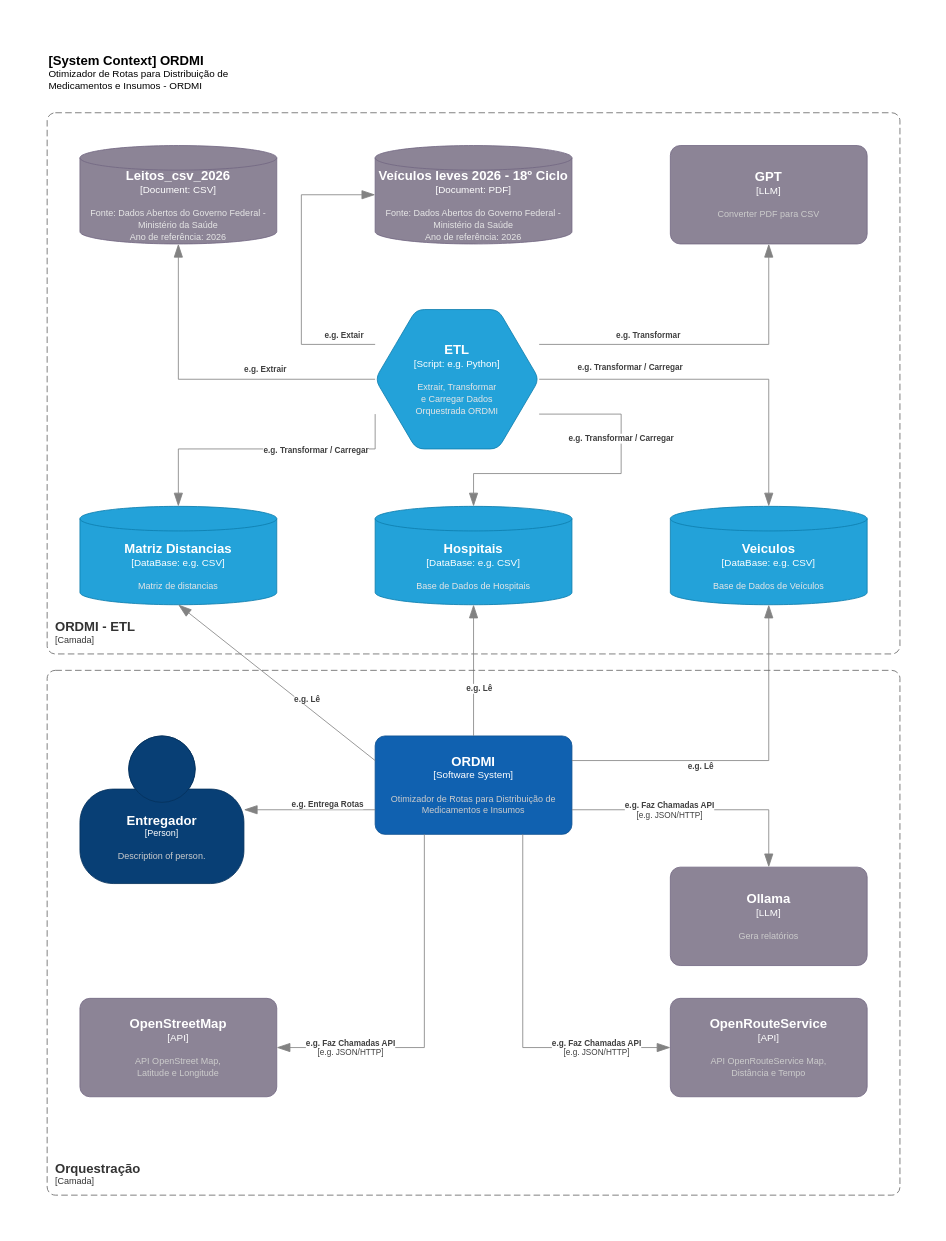
This is diagramas/ORDMI.drawio from victorldomingues/pos_fiap_ia_fase2_tech_challenge, a draw.io file, before an edit. Source tidied: cells renumbered, new cells numbered last; positions are measured from the earlier drawing's top-left corner, leaving out a move shared by most shapes. Both pictures are drawn from the tidied source at 82%, with x=0, y=0 at pixel (14, 14).
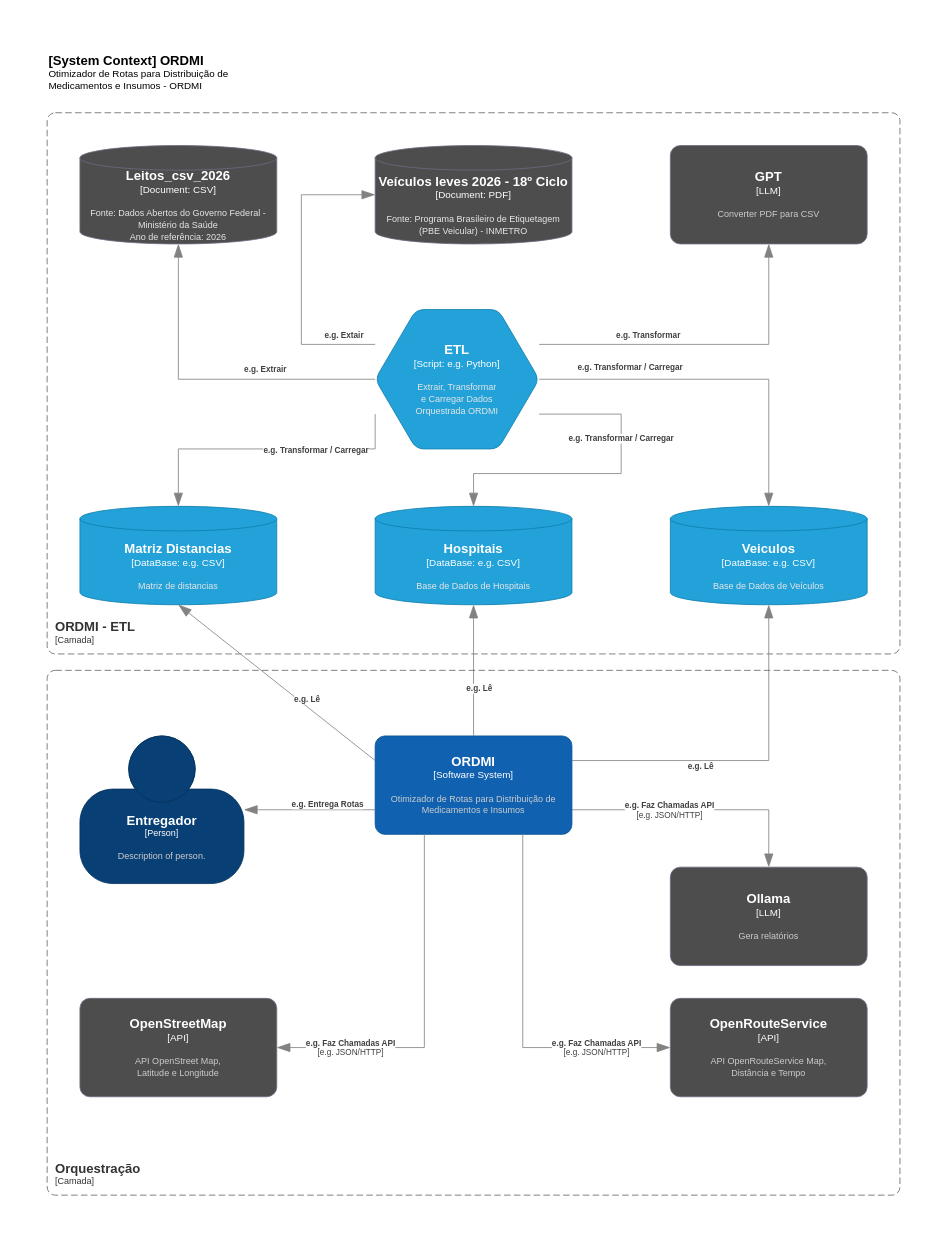
Above is the later version.

Change to the diagram source:
```diff
@@
     <object id="6" label="&lt;font style=&quot;font-size: 16px&quot;&gt;&lt;b&gt;%c4Name%&lt;/b&gt;&lt;/font&gt;&lt;div&gt;[%c4Type%:&amp;nbsp;%c4Technology%]&lt;/div&gt;&lt;br&gt;&lt;div&gt;&lt;font style=&quot;font-size: 11px&quot;&gt;&lt;font color=&quot;#E6E6E6&quot;&gt;%c4Description%&lt;/font&gt;&lt;/div&gt;" c4Description="Fonte: Dados Abertos do Governo Federal - Ministério da Saúde&#10;Ano de referência: 2026" c4Name="Leitos_csv_2026" c4Technology="CSV" c4Type="Document" placeholders="1">
-      <mxCell style="shape=cylinder3;size=15;whiteSpace=wrap;html=1;boundedLbl=1;rounded=1;labelBackgroundColor=none;fillColor=#8C8496;fontSize=12;fontColor=#ffffff;align=center;strokeColor=#736782;points=[[0.5,0,0],[1,0.25,0],[1,0.5,0],[1,0.75,0],[0.5,1,0],[0,0.75,0],[0,0.5,0],[0,0.25,0]];verticalAlign=middle;arcSize=10;fontFamily=Helvetica;" parent="1" vertex="1">
+      <mxCell style="shape=cylinder3;size=15;whiteSpace=wrap;html=1;boundedLbl=1;rounded=1;labelBackgroundColor=none;fillColor=#4D4D4D;fontSize=12;fontColor=#ffffff;align=center;strokeColor=#736782;points=[[0.5,0,0],[1,0.25,0],[1,0.5,0],[1,0.75,0],[0.5,1,0],[0,0.75,0],[0,0.5,0],[0,0.25,0]];verticalAlign=middle;arcSize=10;fontFamily=Helvetica;" parent="1" vertex="1">
         <mxGeometry x="80" y="160" width="240" height="120" as="geometry" />
       </mxCell>
     </object>
     <object id="7" label="&lt;font style=&quot;font-size: 16px&quot;&gt;&lt;b&gt;%c4Name%&lt;/b&gt;&lt;/font&gt;&lt;div&gt;[%c4Type%]&lt;/div&gt;&lt;br&gt;&lt;div&gt;&lt;font style=&quot;font-size: 11px&quot;&gt;&lt;font color=&quot;#cccccc&quot;&gt;%c4Description%&lt;/font&gt;&lt;/div&gt;" c4Description="API OpenStreet Map, &#10;Latitude e Longitude" c4Name="OpenStreetMap" c4Type="API" placeholders="1">
-      <mxCell style="rounded=1;whiteSpace=wrap;html=1;labelBackgroundColor=none;fillColor=#8C8496;fontColor=#ffffff;align=center;arcSize=10;strokeColor=#736782;points=[[0.25,0,0],[0.5,0,0],[0.75,0,0],[1,0.25,0],[1,0.5,0],[1,0.75,0],[0.75,1,0],[0.5,1,0],[0.25,1,0],[0,0.75,0],[0,0.5,0],[0,0.25,0]];" parent="1" vertex="1">
+      <mxCell style="rounded=1;whiteSpace=wrap;html=1;labelBackgroundColor=none;fillColor=#4D4D4D;fontColor=#ffffff;align=center;arcSize=10;strokeColor=#736782;points=[[0.25,0,0],[0.5,0,0],[0.75,0,0],[1,0.25,0],[1,0.5,0],[1,0.75,0],[0.75,1,0],[0.5,1,0],[0.25,1,0],[0,0.75,0],[0,0.5,0],[0,0.25,0]];" parent="1" vertex="1">
         <mxGeometry x="80" y="1200" width="240" height="120" as="geometry" />
       </mxCell>
     </object>
@@
-    <object id="9" label="&lt;font style=&quot;font-size: 16px&quot;&gt;&lt;b&gt;%c4Name%&lt;/b&gt;&lt;/font&gt;&lt;div&gt;[%c4Type%:&amp;nbsp;%c4Technology%]&lt;/div&gt;&lt;br&gt;&lt;div&gt;&lt;font style=&quot;font-size: 11px&quot;&gt;&lt;font color=&quot;#E6E6E6&quot;&gt;%c4Description%&lt;/font&gt;&lt;/div&gt;" c4Description="Fonte: Dados Abertos do Governo Federal - Ministério da Saúde&#10;Ano de referência: 2026" c4Name="Veículos leves 2026 - 18º Ciclo" c4Technology="PDF" c4Type="Document" placeholders="1">
-      <mxCell style="shape=cylinder3;size=15;whiteSpace=wrap;html=1;boundedLbl=1;rounded=1;labelBackgroundColor=none;fillColor=#8C8496;fontSize=12;fontColor=#ffffff;align=center;strokeColor=#736782;points=[[0.5,0,0],[1,0.25,0],[1,0.5,0],[1,0.75,0],[0.5,1,0],[0,0.75,0],[0,0.5,0],[0,0.25,0]];verticalAlign=middle;arcSize=10;fontFamily=Helvetica;" parent="1" vertex="1">
+    <object id="9" label="&lt;font style=&quot;font-size: 16px&quot;&gt;&lt;b&gt;%c4Name%&lt;/b&gt;&lt;/font&gt;&lt;div&gt;[%c4Type%:&amp;nbsp;%c4Technology%]&lt;/div&gt;&lt;br&gt;&lt;div&gt;&lt;font style=&quot;font-size: 11px&quot;&gt;&lt;font color=&quot;#E6E6E6&quot;&gt;%c4Description%&lt;/font&gt;&lt;/div&gt;" c4Description="Fonte: Programa Brasileiro de Etiquetagem (PBE Veicular) - INMETRO" c4Name="Veículos leves 2026 - 18º Ciclo" c4Technology="PDF" c4Type="Document" placeholders="1">
+      <mxCell style="shape=cylinder3;size=15;whiteSpace=wrap;html=1;boundedLbl=1;rounded=1;labelBackgroundColor=none;fillColor=#4D4D4D;fontSize=12;fontColor=#ffffff;align=center;strokeColor=#736782;points=[[0.5,0,0],[1,0.25,0],[1,0.5,0],[1,0.75,0],[0.5,1,0],[0,0.75,0],[0,0.5,0],[0,0.25,0]];verticalAlign=middle;arcSize=10;fontFamily=Helvetica;" parent="1" vertex="1">
         <mxGeometry x="440" y="160" width="240" height="120" as="geometry" />
       </mxCell>
     </object>
@@
     <object id="12" label="&lt;font style=&quot;font-size: 16px&quot;&gt;&lt;b&gt;%c4Name%&lt;/b&gt;&lt;/font&gt;&lt;div&gt;[%c4Type%]&lt;/div&gt;&lt;br&gt;&lt;div&gt;&lt;font style=&quot;font-size: 11px&quot;&gt;&lt;font color=&quot;#cccccc&quot;&gt;%c4Description%&lt;/font&gt;&lt;/div&gt;" c4Description="Converter PDF para CSV" c4Name="GPT" c4Type="LLM" placeholders="1">
-      <mxCell style="rounded=1;whiteSpace=wrap;html=1;labelBackgroundColor=none;fillColor=#8C8496;fontColor=#ffffff;align=center;arcSize=10;strokeColor=#736782;points=[[0.25,0,0],[0.5,0,0],[0.75,0,0],[1,0.25,0],[1,0.5,0],[1,0.75,0],[0.75,1,0],[0.5,1,0],[0.25,1,0],[0,0.75,0],[0,0.5,0],[0,0.25,0]];" parent="1" vertex="1">
+      <mxCell style="rounded=1;whiteSpace=wrap;html=1;labelBackgroundColor=none;fillColor=#4D4D4D;fontColor=#ffffff;align=center;arcSize=10;strokeColor=#736782;points=[[0.25,0,0],[0.5,0,0],[0.75,0,0],[1,0.25,0],[1,0.5,0],[1,0.75,0],[0.75,1,0],[0.5,1,0],[0.25,1,0],[0,0.75,0],[0,0.5,0],[0,0.25,0]];" parent="1" vertex="1">
         <mxGeometry x="800" y="160" width="240" height="120" as="geometry" />
       </mxCell>
     </object>
@@
     <object id="18" label="&lt;font style=&quot;font-size: 16px&quot;&gt;&lt;b&gt;%c4Name%&lt;/b&gt;&lt;/font&gt;&lt;div&gt;[%c4Type%]&lt;/div&gt;&lt;br&gt;&lt;div&gt;&lt;font style=&quot;font-size: 11px&quot;&gt;&lt;font color=&quot;#cccccc&quot;&gt;%c4Description%&lt;/font&gt;&lt;/div&gt;" c4Description="API OpenRouteService Map, &#10;Distância e Tempo" c4Name="OpenRouteService" c4Type="API" placeholders="1">
-      <mxCell style="rounded=1;whiteSpace=wrap;html=1;labelBackgroundColor=none;fillColor=#8C8496;fontColor=#ffffff;align=center;arcSize=10;strokeColor=#736782;points=[[0.25,0,0],[0.5,0,0],[0.75,0,0],[1,0.25,0],[1,0.5,0],[1,0.75,0],[0.75,1,0],[0.5,1,0],[0.25,1,0],[0,0.75,0],[0,0.5,0],[0,0.25,0]];" parent="1" vertex="1">
+      <mxCell style="rounded=1;whiteSpace=wrap;html=1;labelBackgroundColor=none;fillColor=#4D4D4D;fontColor=#ffffff;align=center;arcSize=10;strokeColor=#736782;points=[[0.25,0,0],[0.5,0,0],[0.75,0,0],[1,0.25,0],[1,0.5,0],[1,0.75,0],[0.75,1,0],[0.5,1,0],[0.25,1,0],[0,0.75,0],[0,0.5,0],[0,0.25,0]];" parent="1" vertex="1">
         <mxGeometry x="800" y="1200" width="240" height="120" as="geometry" />
       </mxCell>
     </object>
@@
     <object id="23" label="&lt;font style=&quot;font-size: 16px&quot;&gt;&lt;b&gt;%c4Name%&lt;/b&gt;&lt;/font&gt;&lt;div&gt;[%c4Type%]&lt;/div&gt;&lt;br&gt;&lt;div&gt;&lt;font style=&quot;font-size: 11px&quot;&gt;&lt;font color=&quot;#cccccc&quot;&gt;%c4Description%&lt;/font&gt;&lt;/div&gt;" c4Description="Gera relatórios" c4Name="Ollama" c4Type="LLM" placeholders="1">
-      <mxCell style="rounded=1;whiteSpace=wrap;html=1;labelBackgroundColor=none;fillColor=#8C8496;fontColor=#ffffff;align=center;arcSize=10;strokeColor=#736782;points=[[0.25,0,0],[0.5,0,0],[0.75,0,0],[1,0.25,0],[1,0.5,0],[1,0.75,0],[0.75,1,0],[0.5,1,0],[0.25,1,0],[0,0.75,0],[0,0.5,0],[0,0.25,0]];" parent="1" vertex="1">
+      <mxCell style="rounded=1;whiteSpace=wrap;html=1;labelBackgroundColor=none;fillColor=#4D4D4D;fontColor=#ffffff;align=center;arcSize=10;strokeColor=#736782;points=[[0.25,0,0],[0.5,0,0],[0.75,0,0],[1,0.25,0],[1,0.5,0],[1,0.75,0],[0.75,1,0],[0.5,1,0],[0.25,1,0],[0,0.75,0],[0,0.5,0],[0,0.25,0]];" parent="1" vertex="1">
         <mxGeometry x="800" y="1040" width="240" height="120" as="geometry" />
       </mxCell>
     </object>
```
